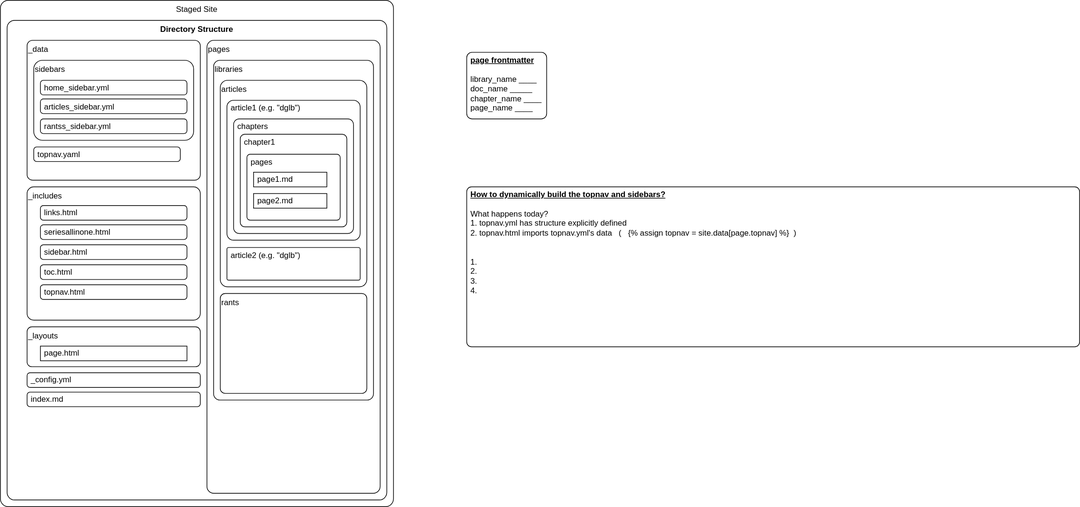
Before: images/newarch-draft.drawio.svg, a diagram exported from draw.io (menckend/writing). Source tidied: cells renumbered, new cells last; positions are measured from the earlier drawing's top-left corner, leaving out a move shared by most shapes.
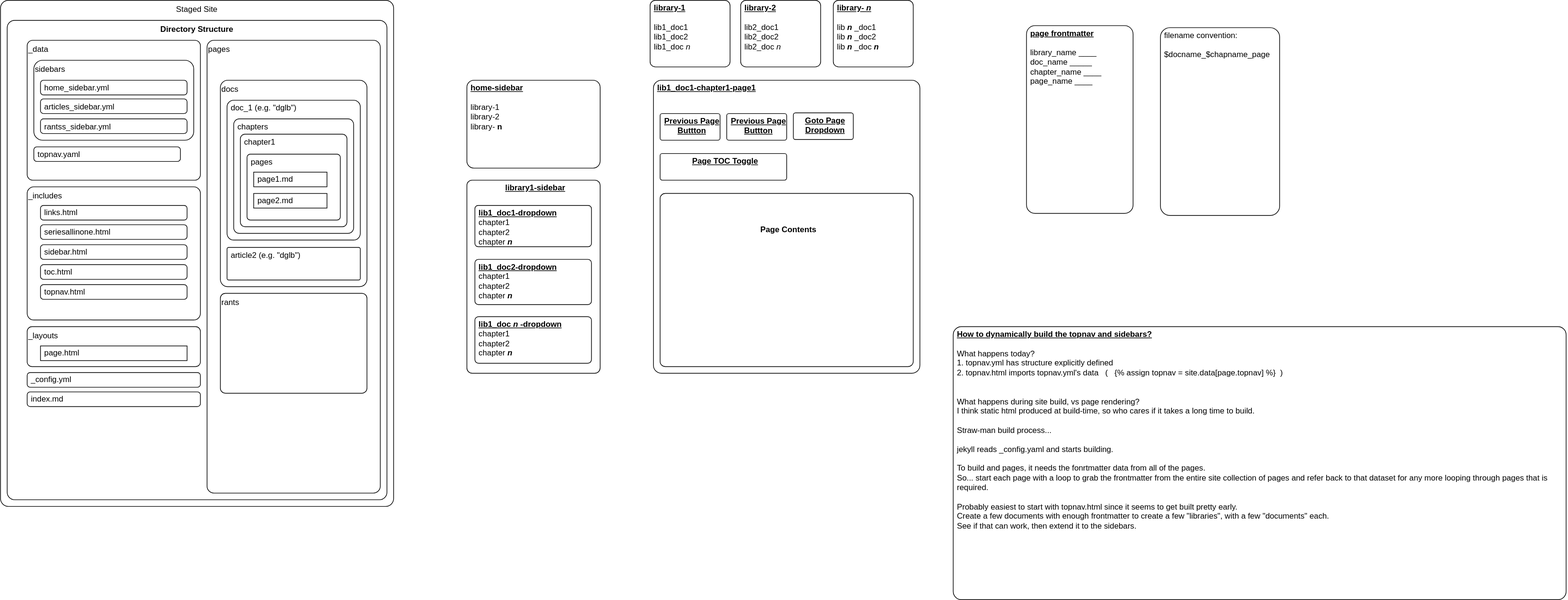
The same file after the commit.

Diff of the diagram source:
```diff
@@ -59,13 +59,10 @@
     <mxCell id="20" value="page.html" style="rounded=1;whiteSpace=wrap;html=1;fillColor=none;verticalAlign=middle;arcSize=0;align=left;spacing=0;spacingLeft=6;" parent="1" vertex="1">
       <mxGeometry x="60" y="519" width="220" height="22" as="geometry" />
     </mxCell>
-    <mxCell id="21" value="libraries" style="rounded=1;whiteSpace=wrap;html=1;fillColor=none;verticalAlign=top;arcSize=4;align=left;" parent="1" vertex="1">
-      <mxGeometry x="320" y="90" width="240" height="510" as="geometry" />
-    </mxCell>
-    <mxCell id="22" value="articles" style="rounded=1;whiteSpace=wrap;html=1;fillColor=none;verticalAlign=top;arcSize=5;align=left;" parent="1" vertex="1">
+    <mxCell id="22" value="docs" style="rounded=1;whiteSpace=wrap;html=1;fillColor=none;verticalAlign=top;arcSize=5;align=left;" parent="1" vertex="1">
       <mxGeometry x="330" y="120" width="220" height="310" as="geometry" />
     </mxCell>
-    <mxCell id="23" value="article1 (e.g. &quot;dglb&quot;)" style="rounded=1;whiteSpace=wrap;html=1;fillColor=none;verticalAlign=top;arcSize=5;align=left;spacing=0;spacingLeft=6;" parent="1" vertex="1">
+    <mxCell id="23" value="doc_1 (e.g. &quot;dglb&quot;)" style="rounded=1;whiteSpace=wrap;html=1;fillColor=none;verticalAlign=top;arcSize=5;align=left;spacing=0;spacingLeft=6;" parent="1" vertex="1">
       <mxGeometry x="340" y="150" width="200" height="210" as="geometry" />
     </mxCell>
     <mxCell id="24" value="chapters" style="rounded=1;whiteSpace=wrap;html=1;fillColor=none;verticalAlign=top;arcSize=5;align=left;spacing=0;spacingLeft=6;" parent="1" vertex="1">
@@ -84,7 +81,7 @@
       <mxGeometry x="380" y="290" width="110" height="22" as="geometry" />
     </mxCell>
     <mxCell id="29" value="&lt;b&gt;&lt;u&gt;page frontmatter&lt;/u&gt;&lt;/b&gt;&lt;br&gt;&lt;br&gt;library_name ____&lt;br&gt;doc_name _____&lt;br&gt;chapter_name ____&lt;br&gt;page_name ____" style="rounded=1;whiteSpace=wrap;html=1;fillColor=none;verticalAlign=top;arcSize=8;align=left;spacing=0;spacingLeft=6;" parent="1" vertex="1">
-      <mxGeometry x="700" y="78" width="120" height="100" as="geometry" />
+      <mxGeometry x="1540" y="38" width="160" height="282" as="geometry" />
     </mxCell>
     <mxCell id="30" value="article2 (e.g. &quot;dglb&quot;)" style="rounded=1;whiteSpace=wrap;html=1;fillColor=none;verticalAlign=top;arcSize=5;align=left;spacing=0;spacingLeft=6;" parent="1" vertex="1">
       <mxGeometry x="340" y="371" width="200" height="49" as="geometry" />
@@ -92,8 +89,53 @@
     <mxCell id="31" value="rants" style="rounded=1;whiteSpace=wrap;html=1;fillColor=none;verticalAlign=top;arcSize=5;align=left;" parent="1" vertex="1">
       <mxGeometry x="330" y="440" width="220" height="150" as="geometry" />
     </mxCell>
-    <mxCell id="32" value="&lt;b style=&quot;text-decoration-line: underline;&quot;&gt;How to dynamically build the topnav and sidebars?&lt;/b&gt;&lt;br&gt;&lt;br&gt;What happens today?&lt;br&gt;1. topnav.yml has structure explicitly defined&lt;br&gt;2. topnav.html imports topnav.yml's data&amp;nbsp; &amp;nbsp;(&amp;nbsp; &amp;nbsp;{% assign topnav = site.data[page.topnav] %}&amp;nbsp; )&lt;br&gt;&lt;br&gt;&lt;br&gt;1.&lt;br&gt;2.&lt;br&gt;3.&lt;br&gt;4." style="rounded=1;whiteSpace=wrap;html=1;fillColor=none;verticalAlign=top;arcSize=3;align=left;spacing=0;spacingLeft=6;" parent="1" vertex="1">
-      <mxGeometry x="700" y="280" width="920" height="240" as="geometry" />
+    <mxCell id="32" value="&lt;b style=&quot;text-decoration-line: underline;&quot;&gt;How to dynamically build the topnav and sidebars?&lt;/b&gt;&lt;br&gt;&lt;br&gt;What happens today?&lt;br&gt;1. topnav.yml has structure explicitly defined&lt;br&gt;2. topnav.html imports topnav.yml's data&amp;nbsp; &amp;nbsp;(&amp;nbsp; &amp;nbsp;{% assign topnav = site.data[page.topnav] %}&amp;nbsp; )&lt;br&gt;&lt;br&gt;&lt;br&gt;What happens during site build, vs page rendering?&lt;br&gt;I think static html produced at build-time, so who cares if it takes a long time to build.&lt;br&gt;&lt;br&gt;Straw-man build process...&lt;br&gt;&lt;br&gt;jekyll reads _config.yaml and starts building.&lt;br&gt;&lt;br&gt;To build and pages, it needs the fonrtmatter data from all of the pages.&lt;br&gt;So... start each page with a loop to grab the frontmatter from the entire site collection of pages and refer back to that dataset for any more looping through pages that is required.&lt;br&gt;&lt;br&gt;Probably easiest to start with topnav.html since it seems to get built pretty early.&lt;br&gt;Create a few documents with enough frontmatter to create a few &quot;libraries&quot;, with a few &quot;documents&quot; each.&lt;br&gt;See if that can work, then extend it to the sidebars." style="rounded=1;whiteSpace=wrap;html=1;fillColor=none;verticalAlign=top;arcSize=3;align=left;spacing=0;spacingLeft=6;" parent="1" vertex="1">
+      <mxGeometry x="1430" y="490" width="920" height="410" as="geometry" />
     </mxCell>
+    <mxCell id="33" value="&lt;b&gt;&lt;u&gt;library-1&lt;/u&gt;&lt;/b&gt;&lt;br&gt;&lt;br&gt;lib1_doc1&lt;br&gt;lib1_doc2&lt;br&gt;lib1_doc&lt;i&gt;n&lt;/i&gt;" style="rounded=1;whiteSpace=wrap;html=1;fillColor=none;verticalAlign=top;arcSize=8;align=left;spacing=0;spacingLeft=6;" parent="1" vertex="1">
+      <mxGeometry x="975" width="120" height="100" as="geometry" />
+    </mxCell>
+    <mxCell id="34" value="&lt;b&gt;&lt;u&gt;library-2&lt;/u&gt;&lt;/b&gt;&lt;br&gt;&lt;br&gt;lib2_doc1&lt;br&gt;lib2_doc2&lt;br&gt;lib2_doc&lt;i&gt;n&lt;/i&gt;" style="rounded=1;whiteSpace=wrap;html=1;fillColor=none;verticalAlign=top;arcSize=8;align=left;spacing=0;spacingLeft=6;" parent="1" vertex="1">
+      <mxGeometry x="1111" width="120" height="100" as="geometry" />
+    </mxCell>
+    <mxCell id="35" value="&lt;b&gt;&lt;u&gt;library-&lt;i&gt;n&lt;/i&gt;&lt;/u&gt;&lt;/b&gt;&lt;br&gt;&lt;br&gt;lib&lt;b style=&quot;border-color: var(--border-color);&quot;&gt;&lt;span style=&quot;border-color: var(--border-color);&quot;&gt;&lt;i style=&quot;border-color: var(--border-color);&quot;&gt;n&lt;/i&gt;&lt;/span&gt;&lt;/b&gt;_doc1&lt;br&gt;lib&lt;b style=&quot;border-color: var(--border-color);&quot;&gt;&lt;span style=&quot;border-color: var(--border-color);&quot;&gt;&lt;i style=&quot;border-color: var(--border-color);&quot;&gt;n&lt;/i&gt;&lt;/span&gt;&lt;/b&gt;_doc2&lt;br&gt;lib&lt;b style=&quot;border-color: var(--border-color);&quot;&gt;&lt;span style=&quot;border-color: var(--border-color);&quot;&gt;&lt;i style=&quot;border-color: var(--border-color);&quot;&gt;n&lt;/i&gt;&lt;/span&gt;&lt;/b&gt;_doc&lt;i&gt;&lt;b&gt;n&lt;/b&gt;&lt;/i&gt;" style="rounded=1;whiteSpace=wrap;html=1;fillColor=none;verticalAlign=top;arcSize=8;align=left;spacing=0;spacingLeft=6;" parent="1" vertex="1">
+      <mxGeometry x="1250" width="120" height="100" as="geometry" />
+    </mxCell>
+    <mxCell id="36" value="&lt;b&gt;&lt;u&gt;home-sidebar&lt;/u&gt;&lt;/b&gt;&lt;br&gt;&lt;br&gt;library-1&lt;br&gt;library-2&lt;br&gt;library-&lt;b&gt;n&lt;/b&gt;" style="rounded=1;whiteSpace=wrap;html=1;fillColor=none;verticalAlign=top;arcSize=8;align=left;spacing=0;spacingLeft=6;" parent="1" vertex="1">
+      <mxGeometry x="700" y="120" width="200" height="132" as="geometry" />
+    </mxCell>
+    <mxCell id="37" value="&lt;b&gt;&lt;u&gt;library1-sidebar&lt;/u&gt;&lt;/b&gt;&lt;br&gt;&lt;br&gt;" style="rounded=1;whiteSpace=wrap;html=1;fillColor=none;verticalAlign=top;arcSize=4;align=center;spacing=0;spacingLeft=6;" parent="1" vertex="1">
+      <mxGeometry x="700" y="270" width="200" height="290" as="geometry" />
+    </mxCell>
+    <mxCell id="38" value="&lt;u style=&quot;font-weight: bold;&quot;&gt;lib1_doc1-dropdown&lt;/u&gt;&lt;br&gt;chapter1&lt;br&gt;chapter2&lt;br&gt;chapter&lt;b&gt;&lt;i&gt;n&lt;/i&gt;&lt;/b&gt;" style="rounded=1;whiteSpace=wrap;html=1;fillColor=none;verticalAlign=top;arcSize=8;align=left;spacing=0;spacingLeft=6;" parent="1" vertex="1">
+      <mxGeometry x="712" y="308" width="175" height="62" as="geometry" />
+    </mxCell>
+    <mxCell id="39" value="&lt;u style=&quot;font-weight: bold;&quot;&gt;lib1_doc2-dropdown&lt;/u&gt;&lt;br&gt;chapter1&lt;br&gt;chapter2&lt;br&gt;chapter&lt;b&gt;&lt;i&gt;n&lt;/i&gt;&lt;/b&gt;" style="rounded=1;whiteSpace=wrap;html=1;fillColor=none;verticalAlign=top;arcSize=8;align=left;spacing=0;spacingLeft=6;" parent="1" vertex="1">
+      <mxGeometry x="712" y="389" width="175" height="68" as="geometry" />
+    </mxCell>
+    <mxCell id="40" value="&lt;u style=&quot;font-weight: bold;&quot;&gt;lib1_doc&lt;i&gt;n&lt;/i&gt;-dropdown&lt;/u&gt;&lt;br&gt;chapter1&lt;br&gt;chapter2&lt;br&gt;chapter&lt;b&gt;&lt;i&gt;n&lt;/i&gt;&lt;/b&gt;" style="rounded=1;whiteSpace=wrap;html=1;fillColor=none;verticalAlign=top;arcSize=8;align=left;spacing=0;spacingLeft=6;" parent="1" vertex="1">
+      <mxGeometry x="712" y="475" width="175" height="70" as="geometry" />
+    </mxCell>
+    <mxCell id="41" value="&lt;u style=&quot;font-weight: bold;&quot;&gt;lib1_doc1-chapter1-page1&lt;/u&gt;&lt;br&gt;&lt;br&gt;&lt;br&gt;" style="rounded=1;whiteSpace=wrap;html=1;fillColor=none;verticalAlign=top;arcSize=3;align=left;spacing=0;spacingLeft=6;" parent="1" vertex="1">
+      <mxGeometry x="980" y="120" width="400" height="440" as="geometry" />
+    </mxCell>
+    <mxCell id="42" value="&lt;b&gt;&lt;u&gt;Previous Page Buttton&lt;/u&gt;&lt;/b&gt;" style="rounded=1;whiteSpace=wrap;html=1;fillColor=none;verticalAlign=top;arcSize=8;align=center;spacing=0;spacingLeft=6;" parent="1" vertex="1">
+      <mxGeometry x="990" y="170" width="90" height="40" as="geometry" />
+    </mxCell>
+    <mxCell id="43" value="&lt;b&gt;&lt;u&gt;Previous Page Buttton&lt;/u&gt;&lt;/b&gt;" style="rounded=1;whiteSpace=wrap;html=1;fillColor=none;verticalAlign=top;arcSize=8;align=center;spacing=0;spacingLeft=6;" parent="1" vertex="1">
+      <mxGeometry x="1090" y="170" width="90" height="40" as="geometry" />
+    </mxCell>
+    <mxCell id="44" value="&lt;b&gt;&lt;u&gt;Goto Page Dropdown&lt;/u&gt;&lt;/b&gt;" style="rounded=1;whiteSpace=wrap;html=1;fillColor=none;verticalAlign=top;arcSize=8;align=center;spacing=0;spacingLeft=6;" parent="1" vertex="1">
+      <mxGeometry x="1190" y="169" width="90" height="40" as="geometry" />
+    </mxCell>
+    <mxCell id="45" value="&lt;b&gt;&lt;u&gt;Page TOC Toggle&lt;/u&gt;&lt;/b&gt;" style="rounded=1;whiteSpace=wrap;html=1;fillColor=none;verticalAlign=top;arcSize=8;align=center;spacing=0;spacingLeft=6;" parent="1" vertex="1">
+      <mxGeometry x="990" y="230" width="190" height="40" as="geometry" />
+    </mxCell>
+    <mxCell id="46" value="&lt;b&gt;&lt;br&gt;&lt;br&gt;&lt;br&gt;Page Contents&lt;/b&gt;" style="rounded=1;whiteSpace=wrap;html=1;fillColor=none;verticalAlign=top;arcSize=3;align=center;spacing=0;spacingLeft=6;" parent="1" vertex="1">
+      <mxGeometry x="990" y="290" width="380" height="260" as="geometry" />
+    </mxCell>
+    <mxCell id="47" value="filename convention:&lt;br&gt;&lt;br&gt;$docname_$chapname_page" style="rounded=1;whiteSpace=wrap;html=1;fillColor=none;verticalAlign=top;arcSize=8;align=left;spacing=0;spacingLeft=6;" parent="1" vertex="1">
+      <mxGeometry x="1741" y="41" width="179" height="282" as="geometry" />
+    </mxCell>
   </root>
 </mxGraphModel>
```
